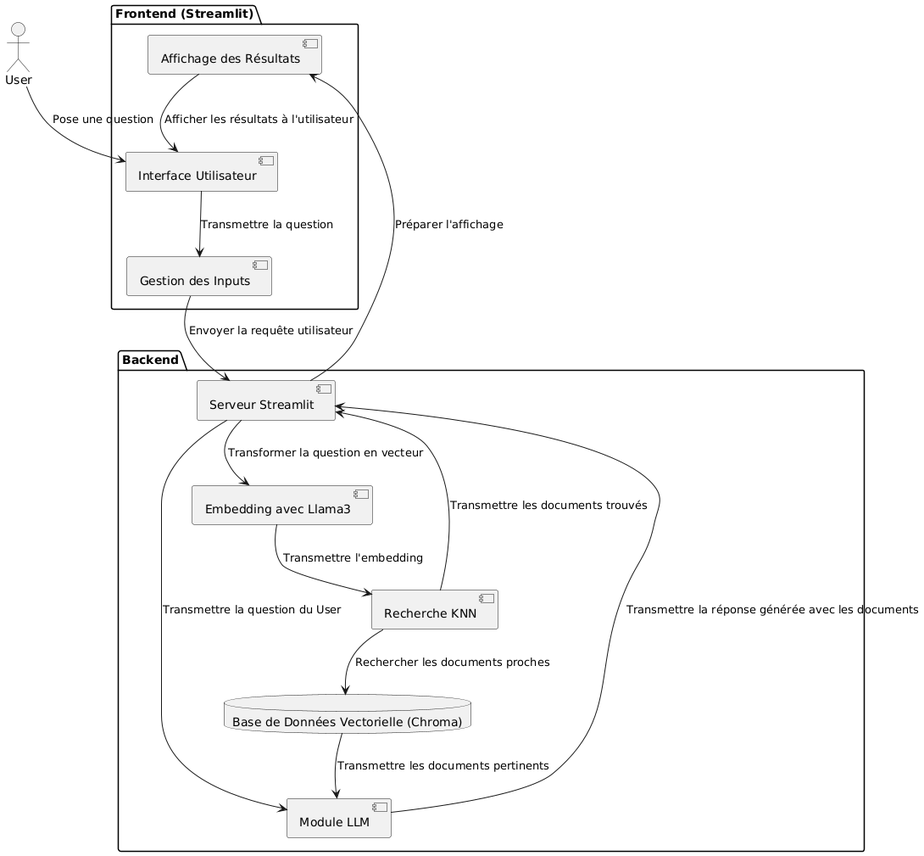
Above: diagrammes/NotreRAG.png in MathisAulagnier/RAG_UQAC (PlantUML), before the change.
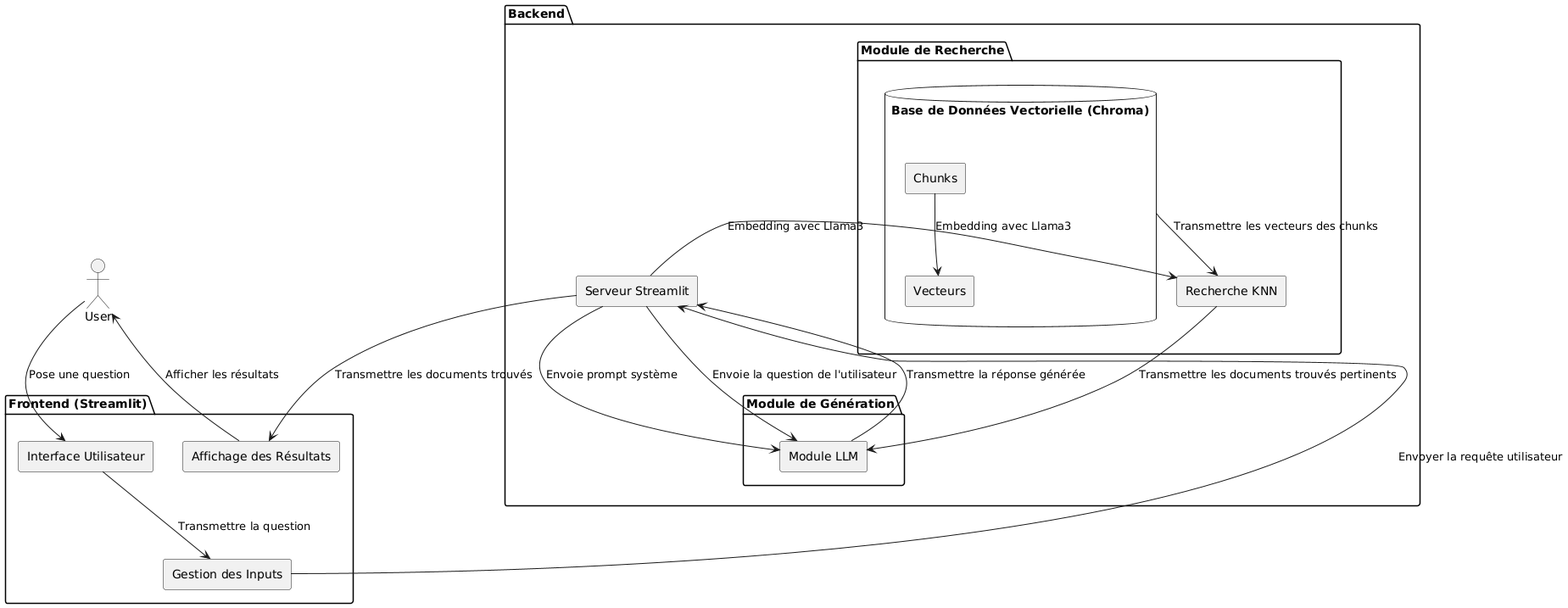
After the commit.

Diff of the diagram source:
```diff
@@ -1,29 +1,48 @@
 @startuml
-actor User as U
+skinparam componentStyle rectangle
+
+actor User
+
+
 package "Frontend (Streamlit)" {
-    component "Interface Utilisateur" as UI
-    component "Gestion des Inputs" as InputHandler
-    component "Affichage des Résultats" as OutputHandler
+    [Interface Utilisateur]
+    [Gestion des Inputs]
+    [Affichage des Résultats]
+
+    User --> [Interface Utilisateur] : Pose une question
+    [Interface Utilisateur] --> [Gestion des Inputs] : Transmettre la question
+    [Affichage des Résultats] --> User : Afficher les résultats
 }
 
 package "Backend" {
-    component "Serveur Streamlit" as StreamlitServer
-    component "Embedding avec Llama3" as Llama3
-    component "Recherche KNN" as KNN
-    component "Module LLM" as LLM
-    database "Base de Données Vectorielle (Chroma)" as VectorDB
+    [Serveur Streamlit]
+
+    package "Module de Recherche" {
+        [Recherche KNN]
+        Database "Base de Données Vectorielle (Chroma)" {
+            [Chunks]
+            [Vecteurs]
+        }
+    }
+
+    [Chunks] --> [Vecteurs] : Embedding avec Llama3
+
+    package "Module de Génération" {
+        [Module LLM]
+    }
+
+    [Serveur Streamlit] --> [Recherche KNN] : Embedding avec Llama3
+
+
+    [Base de Données Vectorielle (Chroma)] --> [Recherche KNN] : Transmettre les vecteurs des chunks
+
+    [Recherche KNN] --> [Module LLM] : Transmettre les documents trouvés pertinents
+    [Serveur Streamlit] --> [Module LLM] : Envoie prompt système
+    [Serveur Streamlit] --> [Module LLM] : Envoie la question de l'utilisateur
+
+    [Module LLM] --> [Serveur Streamlit] : Transmettre la réponse générée
 }
 
-U --> UI : Pose une question
-UI --> InputHandler : Transmettre la question
-InputHandler --> StreamlitServer : Envoyer la requête utilisateur
-StreamlitServer --> Llama3 : Transformer la question en vecteur
-StreamlitServer --> LLM : Transmettre la question du User
-Llama3 --> KNN : Transmettre l'embedding
-KNN --> VectorDB : Rechercher les documents proches
-VectorDB --> LLM : Transmettre les documents pertinents
-KNN --> StreamlitServer : Transmettre les documents trouvés
-LLM --> StreamlitServer : Transmettre la réponse générée avec les documents
-StreamlitServer --> OutputHandler : Préparer l'affichage
-OutputHandler --> UI : Afficher les résultats à l'utilisateur
+[Gestion des Inputs] --> [Serveur Streamlit] : Envoyer la requête utilisateur
+[Serveur Streamlit] --> [Affichage des Résultats] : Transmettre les documents trouvés
 @enduml
```
